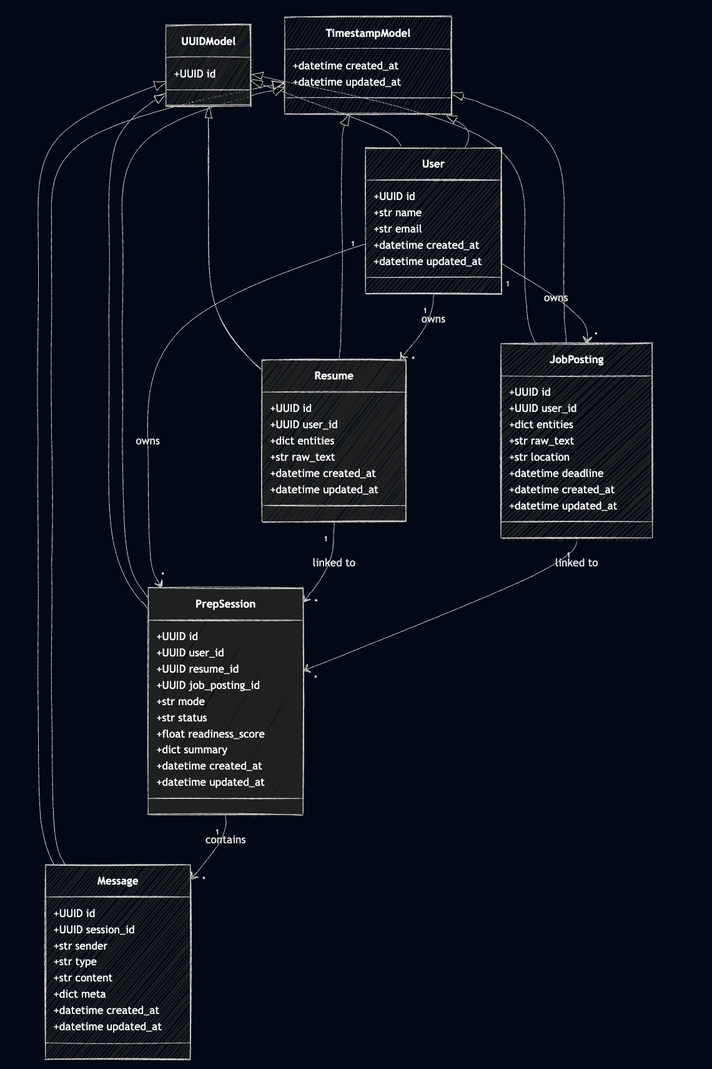
Before: docs/ipd/diagrams/04-class-diagram.png, a diagram exported from Mermaid (dinalUdagedara/model-training-ner). Its source is kept beside it as docs/ipd/diagrams/04-class-diagram.mmd.
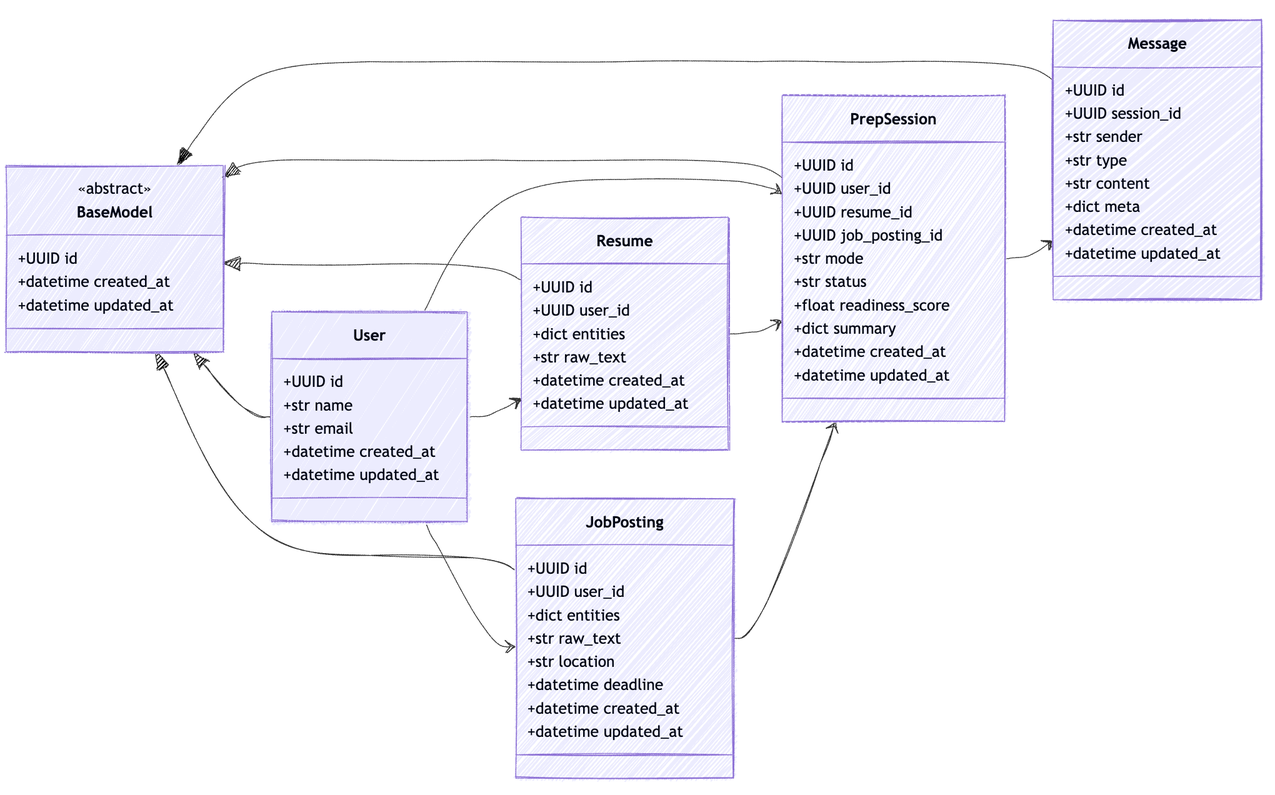
The same file after the commit.

Diff of the diagram source:
```diff
@@ -1,10 +1,10 @@
 
 classDiagram
-    class UUIDModel {
+    direction LR
+
+    class BaseModel {
+        <<abstract>>
         +UUID id
-    }
-
-    class TimestampModel {
         +datetime created_at
         +datetime updated_at
     }
@@ -61,19 +61,15 @@
         +datetime updated_at
     }
 
-    UUIDModel <|-- User
-    UUIDModel <|-- Resume
-    UUIDModel <|-- JobPosting
-    UUIDModel <|-- PrepSession
-    UUIDModel <|-- Message
-    TimestampModel <|-- User
-    TimestampModel <|-- Resume
-    TimestampModel <|-- JobPosting
-    TimestampModel <|-- PrepSession
-    TimestampModel <|-- Message
-    User "1" --> "*" Resume : owns
-    User "1" --> "*" JobPosting : owns
-    User "1" --> "*" PrepSession : owns
-    Resume "1" --> "*" PrepSession : linked to
-    JobPosting "1" --> "*" PrepSession : linked to
-    PrepSession "1" --> "*" Message : contains
+    BaseModel <|-- User
+    BaseModel <|-- Resume
+    BaseModel <|-- JobPosting
+    BaseModel <|-- PrepSession
+    BaseModel <|-- Message
+
+    User --> Resume
+    User --> JobPosting
+    User --> PrepSession
+    Resume --> PrepSession
+    JobPosting --> PrepSession
+    PrepSession --> Message
```
